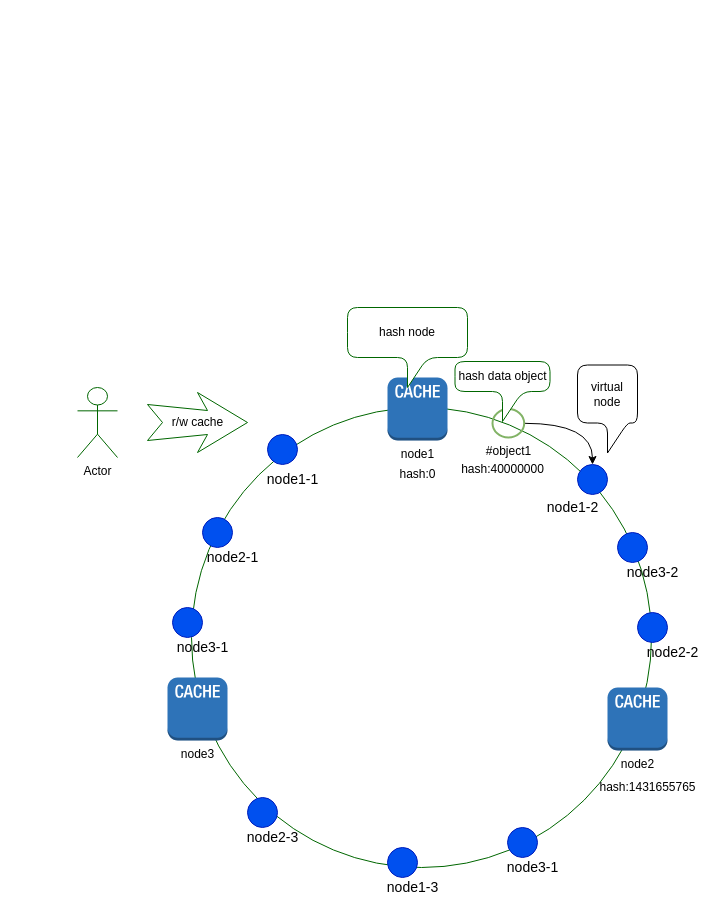
Above: 一致性hash/cricle-hash-3.drawio in dogslee/draw (draw.io), before the change. Source tidied: cells renumbered, new cells numbered last; positions are measured from the earlier drawing's top-left corner, leaving out a move shared by most shapes. Both pictures are drawn from the tidied source at 100%, with x=0, y=0 at pixel (77, 307).
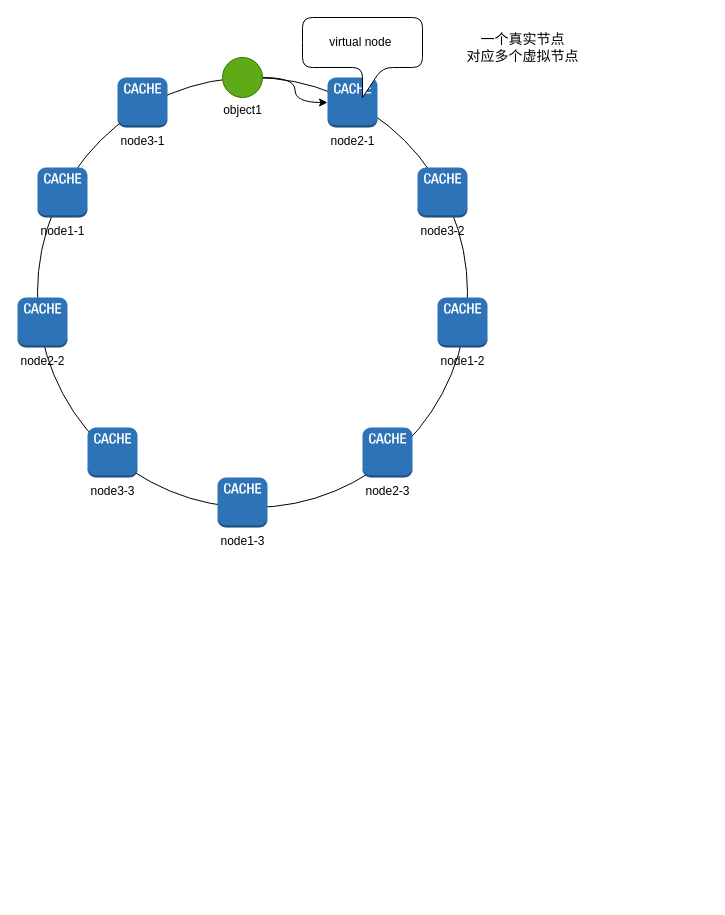
After the change.

What changed in the source:
```diff
@@
-    <mxCell id="2" style="ellipse;whiteSpace=wrap;html=1;strokeColor=#006600;" parent="1" vertex="1">
-      <mxGeometry x="114" y="100" width="460" height="460" as="geometry" />
-    </mxCell>
-    <mxCell id="3" value="node3" style="dashed=0;verticalLabelPosition=bottom;verticalAlign=top;align=center;html=1;shape=mxgraph.aws3.cache_node;fillColor=#2E73B8;gradientColor=none;" parent="1" vertex="1">
-      <mxGeometry x="90" y="370" width="60" height="63" as="geometry" />
-    </mxCell>
-    <mxCell id="4" value="node1&lt;br&gt;" style="dashed=0;verticalLabelPosition=bottom;verticalAlign=top;align=center;html=1;shape=mxgraph.aws3.cache_node;fillColor=#2E73B8;gradientColor=none;" parent="1" vertex="1">
-      <mxGeometry x="310" y="70" width="60" height="63" as="geometry" />
-    </mxCell>
-    <mxCell id="5" value="node2&lt;br&gt;" style="dashed=0;verticalLabelPosition=bottom;verticalAlign=top;align=center;html=1;shape=mxgraph.aws3.cache_node;fillColor=#2E73B8;gradientColor=none;" parent="1" vertex="1">
-      <mxGeometry x="530" y="380" width="60" height="63" as="geometry" />
-    </mxCell>
-    <mxCell id="6" value="Actor" style="shape=umlActor;verticalLabelPosition=bottom;verticalAlign=top;html=1;strokeColor=#006600;" parent="1" vertex="1">
-      <mxGeometry y="80" width="40" height="70" as="geometry" />
-    </mxCell>
-    <mxCell id="7" value="r/w cache" style="html=1;shadow=0;dashed=0;align=center;verticalAlign=middle;shape=mxgraph.arrows2.stylisedArrow;dy=0.6;dx=40;notch=15;feather=0.4;strokeColor=#006600;" parent="1" vertex="1">
-      <mxGeometry x="70" y="85" width="100" height="60" as="geometry" />
-    </mxCell>
-    <mxCell id="8" style="edgeStyle=orthogonalEdgeStyle;curved=1;rounded=0;jettySize=auto;html=1;" parent="1" edge="1" source="9" target="15">
-      <mxGeometry relative="1" as="geometry" />
-    </mxCell>
-    <mxCell id="9" value="#object1&lt;br&gt;" style="html=1;verticalLabelPosition=bottom;labelBackgroundColor=#ffffff;verticalAlign=top;shadow=0;dashed=0;strokeWidth=2;shape=mxgraph.ios7.misc.circle;strokeColor=#82b366;fillColor=#d5e8d4;rotation=0;" parent="1" vertex="1">
-      <mxGeometry x="415" y="101.5" width="31.7" height="28.5" as="geometry" />
-    </mxCell>
-    <mxCell id="10" value="hash node" style="shape=callout;rounded=1;whiteSpace=wrap;html=1;perimeter=calloutPerimeter;strokeColor=#006600;" parent="1" vertex="1">
-      <mxGeometry x="270" width="120" height="80" as="geometry" />
-    </mxCell>
-    <mxCell id="11" value="hash data object" style="shape=callout;rounded=1;whiteSpace=wrap;html=1;perimeter=calloutPerimeter;strokeColor=#006600;" parent="1" vertex="1">
-      <mxGeometry x="377.5" y="54" width="95" height="60" as="geometry" />
-    </mxCell>
-    <mxCell id="12" value="hash:0" style="text;html=1;align=center;verticalAlign=middle;strokeColor=none;" parent="1" vertex="1">
-      <mxGeometry x="315" y="157" width="50" height="20" as="geometry" />
-    </mxCell>
-    <mxCell id="13" value="hash:40000000" style="text;html=1;align=center;verticalAlign=middle;strokeColor=none;" parent="1" vertex="1">
-      <mxGeometry x="375" y="152" width="100" height="20" as="geometry" />
-    </mxCell>
-    <mxCell id="14" value="hash:1431655765" style="text;html=1;align=center;verticalAlign=middle;strokeColor=none;" parent="1" vertex="1">
-      <mxGeometry x="515" y="470" width="110" height="20" as="geometry" />
-    </mxCell>
-    <mxCell id="15" style="ellipse;whiteSpace=wrap;html=1;fillColor=#0050ef;strokeColor=#001DBC;fontColor=#ffffff;" parent="1" vertex="1">
-      <mxGeometry x="500" y="157" width="30" height="30" as="geometry" />
-    </mxCell>
+    <mxCell id="34" style="ellipse;whiteSpace=wrap;html=1;" parent="1" vertex="1">
+      <mxGeometry x="-40" y="-230" width="430" height="430" as="geometry" />
+    </mxCell>
+    <mxCell id="29" value="node1-1" style="dashed=0;verticalLabelPosition=bottom;verticalAlign=top;align=center;html=1;shape=mxgraph.aws3.cache_node;fillColor=#2E73B8;gradientColor=none;" parent="1" vertex="1">
+      <mxGeometry x="-40" y="-140" width="50" height="50" as="geometry" />
+    </mxCell>
+    <mxCell id="21" value="node1-3" style="dashed=0;verticalLabelPosition=bottom;verticalAlign=top;align=center;html=1;shape=mxgraph.aws3.cache_node;fillColor=#2E73B8;gradientColor=none;" parent="1" vertex="1">
+      <mxGeometry x="140" y="170" width="50" height="50" as="geometry" />
+    </mxCell>
-    <mxCell id="16" value="&lt;span style=&quot;font-size: 14px&quot;&gt;node1-2&lt;br&gt;&lt;/span&gt;" style="text;html=1;align=center;verticalAlign=middle;strokeColor=none;" parent="1" vertex="1">
-      <mxGeometry x="460" y="190" width="70" height="20" as="geometry" />
+    <mxCell id="16" value="node1-2" style="dashed=0;verticalLabelPosition=bottom;verticalAlign=top;align=center;html=1;shape=mxgraph.aws3.cache_node;fillColor=#2E73B8;gradientColor=none;" parent="1" vertex="1">
+      <mxGeometry x="360" y="-10" width="50" height="50" as="geometry" />
     </mxCell>
+    <mxCell id="27" value="node2-1" style="outlineConnect=0;dashed=0;verticalLabelPosition=bottom;verticalAlign=top;align=center;html=1;shape=mxgraph.aws3.cache_node;fillColor=#2E73B8;gradientColor=none;" parent="1" vertex="1">
+      <mxGeometry x="250" y="-230" width="50" height="50" as="geometry" />
+    </mxCell>
+    <mxCell id="31" value="node2-2" style="dashed=0;verticalLabelPosition=bottom;verticalAlign=top;align=center;html=1;shape=mxgraph.aws3.cache_node;fillColor=#2E73B8;gradientColor=none;" parent="1" vertex="1">
+      <mxGeometry x="-60" y="-10" width="50" height="50" as="geometry" />
+    </mxCell>
+    <mxCell id="23" value="node2-3" style="dashed=0;verticalLabelPosition=bottom;verticalAlign=top;align=center;html=1;shape=mxgraph.aws3.cache_node;fillColor=#2E73B8;gradientColor=none;" parent="1" vertex="1">
+      <mxGeometry x="285" y="120" width="50" height="50" as="geometry" />
+    </mxCell>
+    <mxCell id="35" value="node3-1" style="dashed=0;verticalLabelPosition=bottom;verticalAlign=top;align=center;html=1;shape=mxgraph.aws3.cache_node;fillColor=#2E73B8;gradientColor=none;" parent="1" vertex="1">
+      <mxGeometry x="40" y="-230" width="50" height="50" as="geometry" />
+    </mxCell>
+    <mxCell id="33" value="node3-2" style="dashed=0;verticalLabelPosition=bottom;verticalAlign=top;align=center;html=1;shape=mxgraph.aws3.cache_node;fillColor=#2E73B8;gradientColor=none;" parent="1" vertex="1">
+      <mxGeometry x="340" y="-140" width="50" height="50" as="geometry" />
+    </mxCell>
+    <mxCell id="36" value="node3-3" style="dashed=0;verticalLabelPosition=bottom;verticalAlign=top;align=center;html=1;shape=mxgraph.aws3.cache_node;fillColor=#2E73B8;gradientColor=none;" parent="1" vertex="1">
+      <mxGeometry x="10" y="120" width="50" height="50" as="geometry" />
+    </mxCell>
+    <mxCell id="37" style="edgeStyle=orthogonalEdgeStyle;curved=1;rounded=0;jettySize=auto;html=1;" parent="1" edge="1" source="38" target="27">
+      <mxGeometry relative="1" as="geometry" />
+    </mxCell>
+    <mxCell id="38" style="ellipse;whiteSpace=wrap;html=1;fillColor=#60a917;strokeColor=#2D7600;fontColor=#ffffff;" parent="1" vertex="1">
+      <mxGeometry x="145" y="-250" width="40" height="40" as="geometry" />
+    </mxCell>
+    <mxCell id="39" value="object1&lt;br&gt;&lt;br&gt;" style="text;html=1;align=center;verticalAlign=middle;strokeColor=none;" parent="1" vertex="1">
+      <mxGeometry x="140" y="-205" width="50" height="30" as="geometry" />
+    </mxCell>
-    <mxCell id="17" value="virtual node" style="shape=callout;rounded=1;whiteSpace=wrap;html=1;perimeter=calloutPerimeter;" parent="1" vertex="1">
-      <mxGeometry x="500" y="57.5" width="60" height="88" as="geometry" />
+    <mxCell id="17" value="virtual node&amp;nbsp;" style="shape=callout;rounded=1;whiteSpace=wrap;html=1;perimeter=calloutPerimeter;" parent="1" vertex="1">
+      <mxGeometry x="225" y="-290" width="120" height="80" as="geometry" />
     </mxCell>
-    <mxCell id="18" style="ellipse;whiteSpace=wrap;html=1;fillColor=#0050ef;strokeColor=#001DBC;fontColor=#ffffff;" parent="1" vertex="1">
-      <mxGeometry x="430" y="520" width="30" height="30" as="geometry" />
-    </mxCell>
-    <mxCell id="19" value="&lt;span style=&quot;font-size: 14px&quot;&gt;node3-1&lt;br&gt;&lt;/span&gt;" style="text;html=1;align=center;verticalAlign=middle;strokeColor=none;" parent="1" vertex="1">
-      <mxGeometry x="420" y="550" width="70" height="20" as="geometry" />
-    </mxCell>
-    <mxCell id="20" style="ellipse;whiteSpace=wrap;html=1;fillColor=#0050ef;strokeColor=#001DBC;fontColor=#ffffff;" parent="1" vertex="1">
-      <mxGeometry x="310" y="540" width="30" height="30" as="geometry" />
-    </mxCell>
-    <mxCell id="21" value="&lt;span style=&quot;font-size: 14px&quot;&gt;node1-3&lt;br&gt;&lt;/span&gt;" style="text;html=1;align=center;verticalAlign=middle;strokeColor=none;" parent="1" vertex="1">
-      <mxGeometry x="300" y="570" width="70" height="20" as="geometry" />
-    </mxCell>
-    <mxCell id="22" style="ellipse;whiteSpace=wrap;html=1;fillColor=#0050ef;strokeColor=#001DBC;fontColor=#ffffff;" parent="1" vertex="1">
-      <mxGeometry x="170" y="490" width="30" height="30" as="geometry" />
-    </mxCell>
-    <mxCell id="23" value="&lt;span style=&quot;font-size: 14px&quot;&gt;node2-3&lt;br&gt;&lt;/span&gt;" style="text;html=1;align=center;verticalAlign=middle;strokeColor=none;" parent="1" vertex="1">
-      <mxGeometry x="160" y="520" width="70" height="20" as="geometry" />
-    </mxCell>
-    <mxCell id="24" style="ellipse;whiteSpace=wrap;html=1;fillColor=#0050ef;strokeColor=#001DBC;fontColor=#ffffff;" parent="1" vertex="1">
-      <mxGeometry x="95" y="300" width="30" height="30" as="geometry" />
-    </mxCell>
-    <mxCell id="25" value="&lt;span style=&quot;font-size: 14px&quot;&gt;node3-1&lt;br&gt;&lt;/span&gt;" style="text;html=1;align=center;verticalAlign=middle;strokeColor=none;" parent="1" vertex="1">
-      <mxGeometry x="90" y="330" width="70" height="20" as="geometry" />
-    </mxCell>
-    <mxCell id="26" style="ellipse;whiteSpace=wrap;html=1;fillColor=#0050ef;strokeColor=#001DBC;fontColor=#ffffff;" parent="1" vertex="1">
-      <mxGeometry x="125" y="210" width="30" height="30" as="geometry" />
-    </mxCell>
-    <mxCell id="27" value="&lt;span style=&quot;font-size: 14px&quot;&gt;node2-1&lt;br&gt;&lt;/span&gt;" style="text;html=1;align=center;verticalAlign=middle;points=[];strokeColor=none;" parent="1" vertex="1">
-      <mxGeometry x="120" y="240" width="70" height="20" as="geometry" />
-    </mxCell>
-    <mxCell id="28" style="ellipse;whiteSpace=wrap;html=1;fillColor=#0050ef;strokeColor=#001DBC;fontColor=#ffffff;" parent="1" vertex="1">
-      <mxGeometry x="190" y="127" width="30" height="30" as="geometry" />
-    </mxCell>
-    <mxCell id="29" value="&lt;span style=&quot;font-size: 14px&quot;&gt;node1-1&lt;br&gt;&lt;/span&gt;" style="text;html=1;align=center;verticalAlign=middle;strokeColor=none;" parent="1" vertex="1">
-      <mxGeometry x="180" y="162" width="70" height="20" as="geometry" />
-    </mxCell>
-    <mxCell id="30" style="ellipse;whiteSpace=wrap;html=1;fillColor=#0050ef;strokeColor=#001DBC;fontColor=#ffffff;" parent="1" vertex="1">
-      <mxGeometry x="560" y="305" width="30" height="30" as="geometry" />
-    </mxCell>
-    <mxCell id="31" value="&lt;span style=&quot;font-size: 14px&quot;&gt;node2-2&lt;br&gt;&lt;/span&gt;" style="text;html=1;align=center;verticalAlign=middle;strokeColor=none;" parent="1" vertex="1">
-      <mxGeometry x="560" y="335" width="70" height="20" as="geometry" />
-    </mxCell>
-    <mxCell id="32" style="ellipse;whiteSpace=wrap;html=1;fillColor=#0050ef;strokeColor=#001DBC;fontColor=#ffffff;" parent="1" vertex="1">
-      <mxGeometry x="540" y="225" width="30" height="30" as="geometry" />
-    </mxCell>
-    <mxCell id="33" value="&lt;span style=&quot;font-size: 14px&quot;&gt;node3-2&lt;br&gt;&lt;/span&gt;" style="text;html=1;align=center;verticalAlign=middle;strokeColor=none;" parent="1" vertex="1">
-      <mxGeometry x="540" y="255" width="70" height="20" as="geometry" />
-    </mxCell>
+    <mxCell id="40" value="&lt;span style=&quot;font-size: 14px&quot;&gt;一个真实节点&lt;br&gt;对应多个虚拟节点&lt;/span&gt;" style="text;html=1;align=center;verticalAlign=middle;strokeColor=none;" parent="1" vertex="1">
+      <mxGeometry x="380" y="-280" width="130" height="40" as="geometry" />
+    </mxCell>
```
